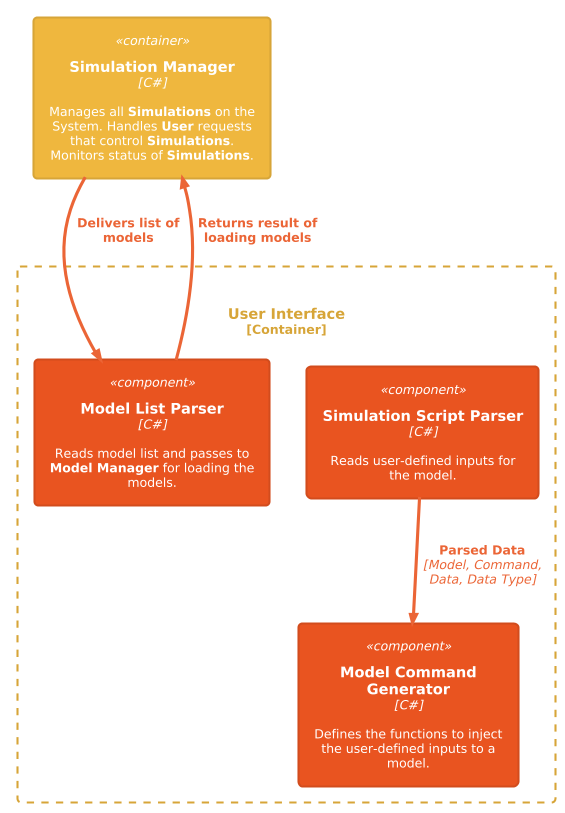
Earlier version of the PlantUML export docs/PlantUML/diagrams/out/L3_Component Diagram - Simualtion Script Engine.png (wheelerMT/GSMP).
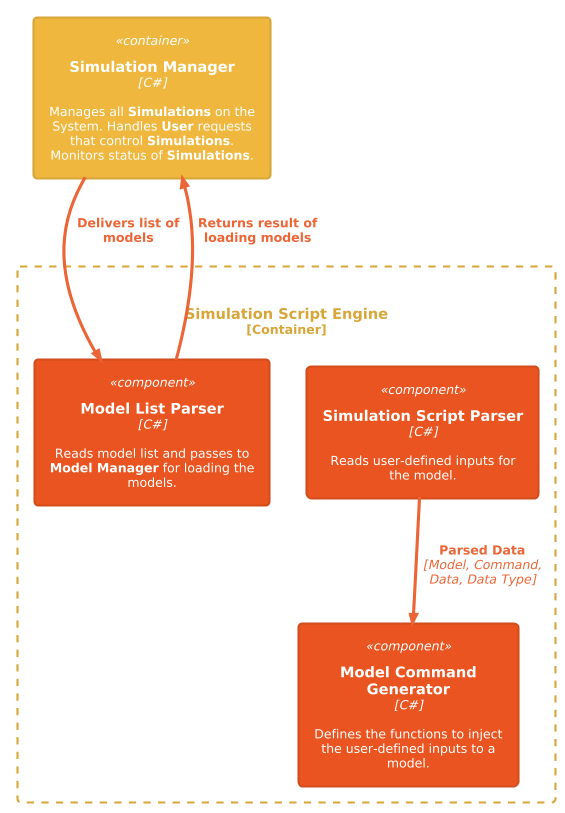
The same file after the commit.

Commit message:
Fixing container name

The edit, as a diff of the source:
```diff
@@ -2,7 +2,7 @@
 !theme C4_united from <C4/themes>
 !include <C4/C4_Component>
 
-Container_Boundary(UserInterface, "User Interface") {
+Container_Boundary(SimulationScriptEngine, "Simulation Script Engine") {
         Component(ModelListParser, "Model List Parser", "C#", "Reads model list and passes to **Model Manager** for loading the models.")
         Component(SimulationScriptParser, "Simulation Script Parser", "C#", "Reads user-defined inputs for the model.")
         Component(ModelCommandGenerator, "Model Command Generator", "C#", "Defines the functions to inject the user-defined inputs to a model.")
```
